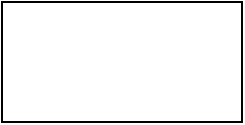
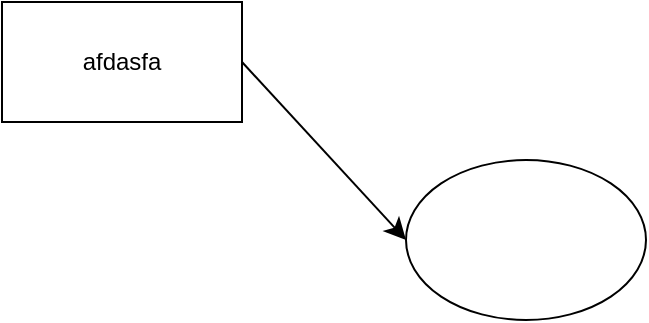
<mxfile host="app.diagrams.net" agent="Mozilla/5.0 (Windows NT 10.0; Win64; x64) AppleWebKit/537.36 (KHTML, like Gecko) Chrome/131.0.0.0 Safari/537.36" version="26.0.5">
  <diagram name="第 1 页" id="ldZsJlxgCrMr-cf8A9CU">
-     <mxGraphModel dx="599" dy="689" grid="0" gridSize="10" guides="1" tooltips="1" connect="1" arrows="1" fold="1" page="0" pageScale="1" pageWidth="827" pageHeight="1169" math="0" shadow="0">
+     <mxGraphModel dx="599" dy="1089" grid="0" gridSize="10" guides="1" tooltips="1" connect="1" arrows="1" fold="1" page="0" pageScale="1" pageWidth="827" pageHeight="1169" math="0" shadow="0">
      <root>
        <mxCell id="0" />
        <mxCell id="1" parent="0" />
-         <mxCell id="i2lGhZ7P_kv8yY3b6Dty-1" value="" style="rounded=0;whiteSpace=wrap;html=1;" vertex="1" parent="1">
-           <mxGeometry x="86" y="5" width="120" height="60" as="geometry" />
+         <mxCell id="i2lGhZ7P_kv8yY3b6Dty-1" value="afdasfa" style="rounded=0;whiteSpace=wrap;html=1;" parent="1" vertex="1">
+           <mxGeometry x="23" y="-32" width="120" height="60" as="geometry" />
+         </mxCell>
+         <mxCell id="RmwPEafUAnROFJlur6Gn-1" value="" style="ellipse;whiteSpace=wrap;html=1;" vertex="1" parent="1">
+           <mxGeometry x="225" y="47" width="120" height="80" as="geometry" />
+         </mxCell>
+         <mxCell id="RmwPEafUAnROFJlur6Gn-2" style="edgeStyle=none;curved=1;rounded=0;orthogonalLoop=1;jettySize=auto;html=1;exitX=1;exitY=0.5;exitDx=0;exitDy=0;entryX=0;entryY=0.5;entryDx=0;entryDy=0;fontSize=12;startSize=8;endSize=8;" edge="1" parent="1" source="i2lGhZ7P_kv8yY3b6Dty-1" target="RmwPEafUAnROFJlur6Gn-1">
+           <mxGeometry relative="1" as="geometry" />
        </mxCell>
      </root>
    </mxGraphModel>
  </diagram>
</mxfile>
